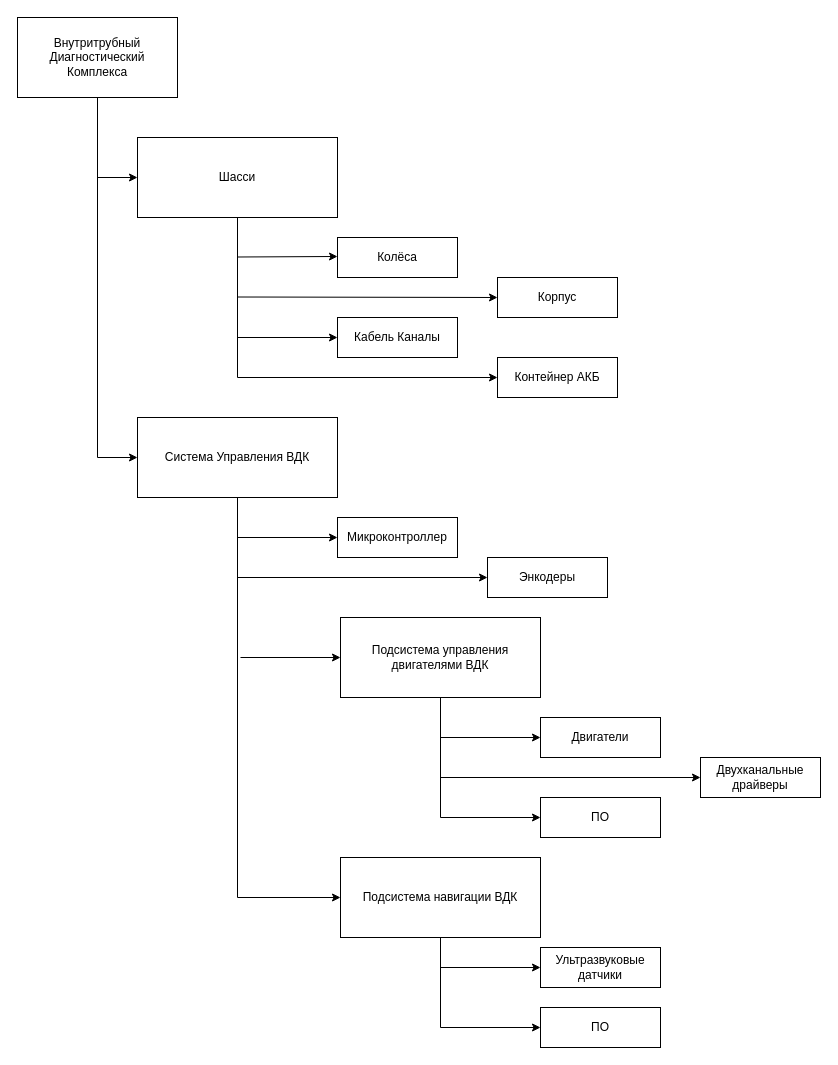
Earlier version of the draw.io diagram Наработки/Схемы/Структурная Схема.drawio (AlexRussellGit/VKR---Russell-Alexander). Source tidied: cells renumbered, new cells numbered last; positions are measured from the earlier drawing's top-left corner, leaving out a move shared by most shapes. Both pictures are drawn from the tidied source at 100%, with x=0, y=0 at pixel (17, 17).
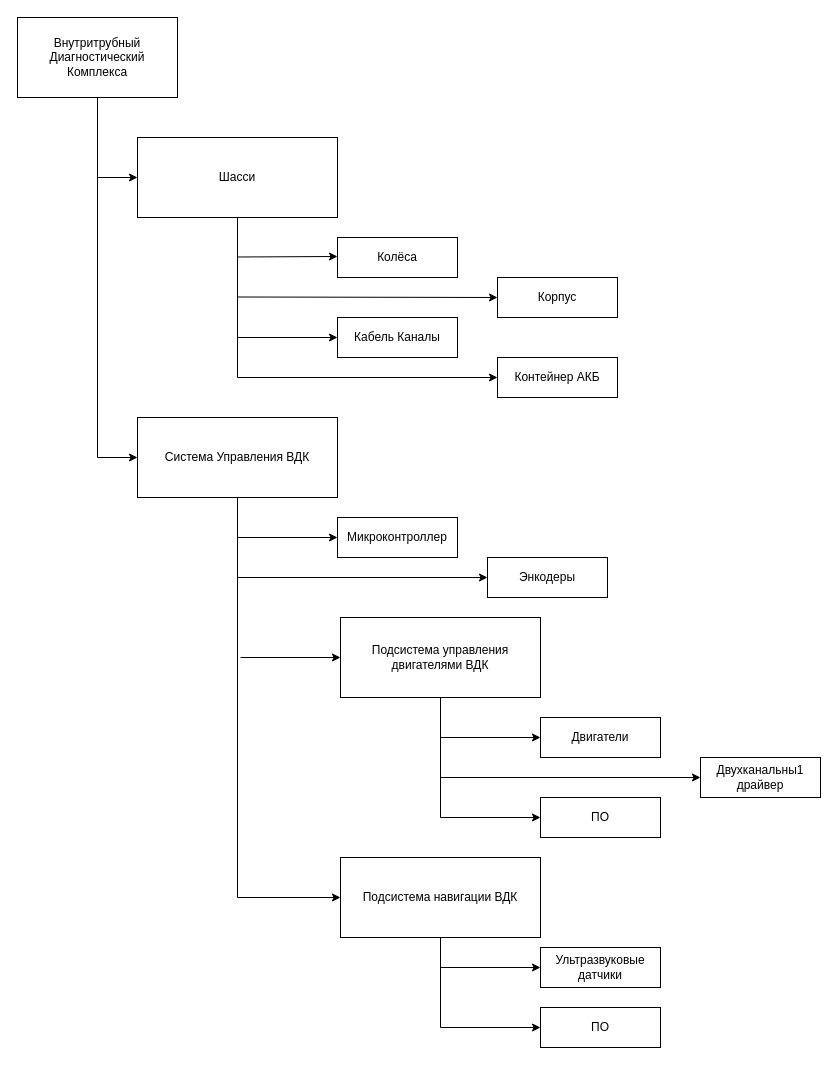
After the change.

Diff of the diagram source:
```diff
@@
-    <mxCell id="32" value="Двухканальные драйверы" style="rounded=0;whiteSpace=wrap;html=1;" parent="1" vertex="1">
+    <mxCell id="32" value="Двухканальны1 драйвер" style="rounded=0;whiteSpace=wrap;html=1;" parent="1" vertex="1">
       <mxGeometry x="683" y="740" width="120" height="40" as="geometry" />
     </mxCell>
```
